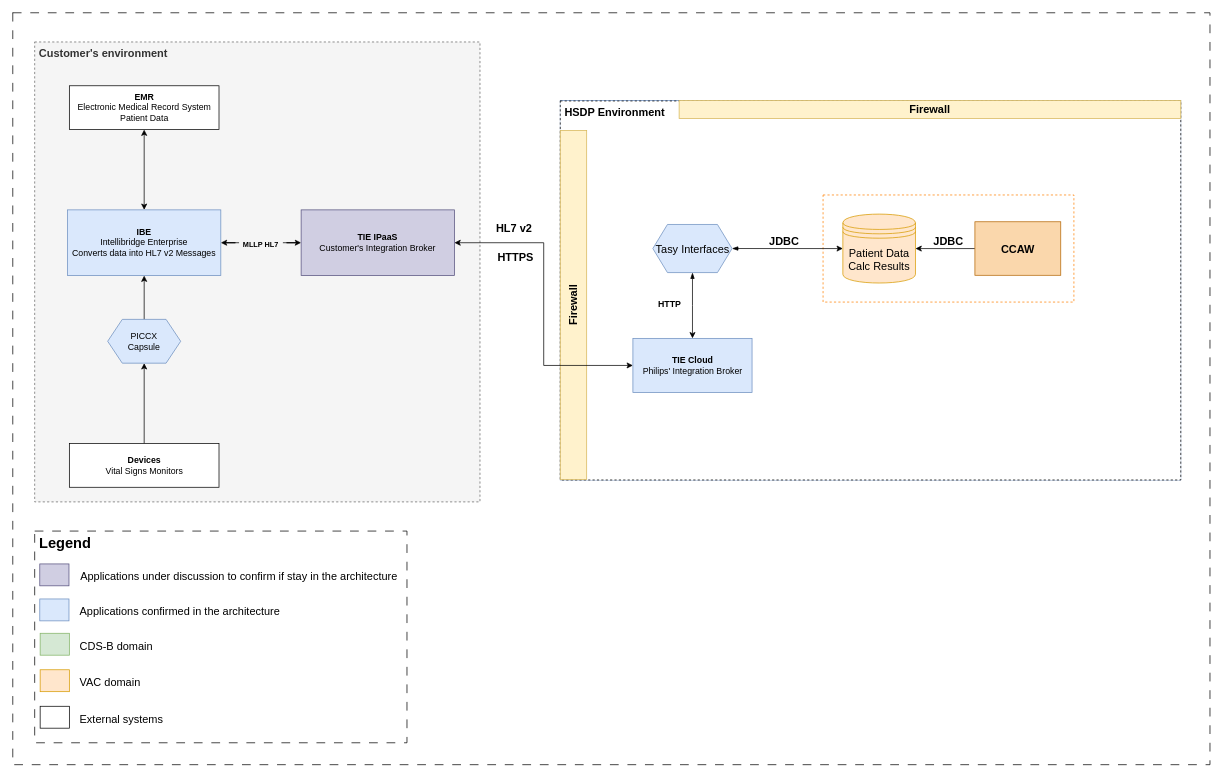
Earlier version of the draw.io diagram CCAW_Data_Flow.drawio (ez-philips/draw_io_diagrams). Source tidied: cells renumbered, new cells numbered last; positions are measured from the earlier drawing's top-left corner, leaving out a move shared by most shapes. Both pictures are drawn from the tidied source at 73%, with x=0, y=0 at pixel (12, 12).
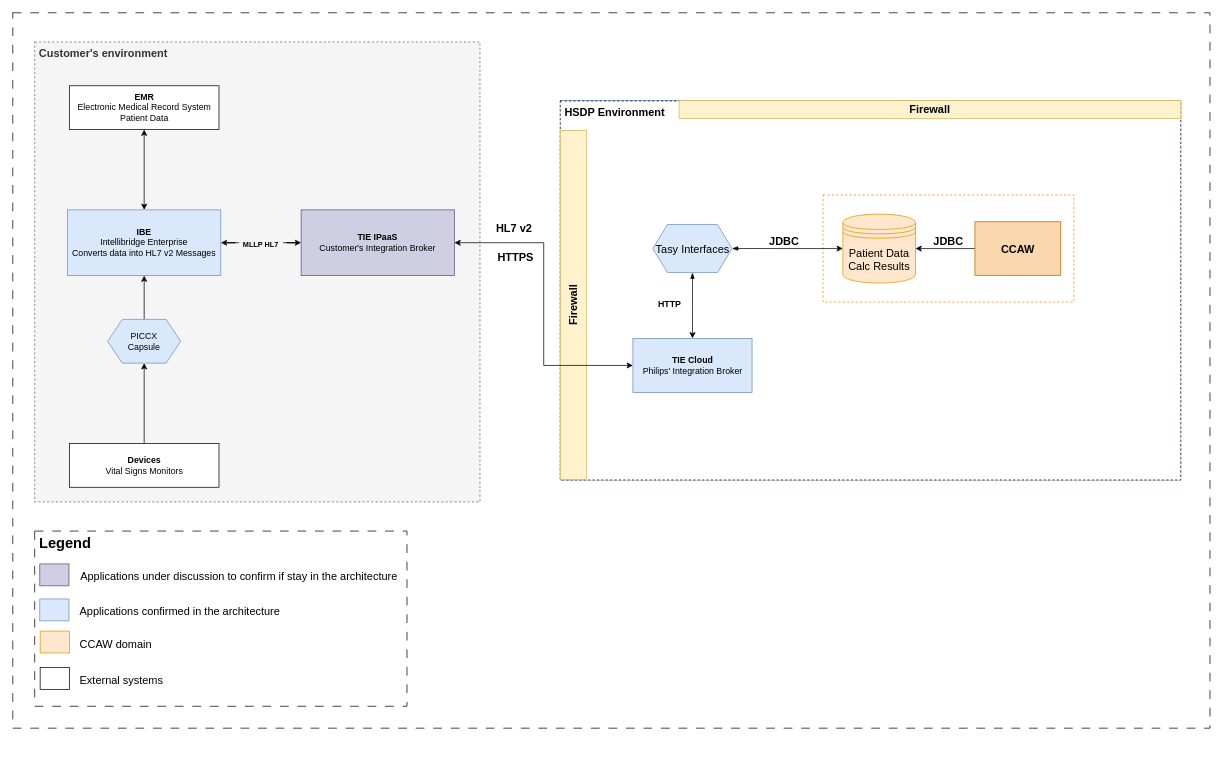
After the change.

What changed in the source:
```diff
@@
     <mxCell id="2" style="rounded=0;whiteSpace=wrap;html=1;dashed=1;dashPattern=12 12;fontSize=15;" parent="1" vertex="1">
-      <mxGeometry width="1640" height="1030" as="geometry" />
+      <mxGeometry width="1640" height="980" as="geometry" />
     </mxCell>
     <mxCell id="3" style="rounded=0;whiteSpace=wrap;html=1;fontSize=15;dashed=1;dashPattern=12 12;" parent="1" vertex="1">
-      <mxGeometry x="30" y="710" width="510" height="290" as="geometry" />
+      <mxGeometry x="30" y="710" width="510" height="240" as="geometry" />
     </mxCell>
@@
-    <mxCell id="39" style="rounded=0;whiteSpace=wrap;html=1;fillColor=#d5e8d4;strokeColor=#82b366;" parent="1" vertex="1">
-      <mxGeometry x="37.5" y="850" width="40" height="30" as="geometry" />
-    </mxCell>
-    <mxCell id="40" value="&lt;font style=&quot;font-size: 15px;&quot;&gt;CDS-B domain&lt;/font&gt;" style="text;html=1;strokeColor=none;fillColor=none;align=left;verticalAlign=middle;whiteSpace=wrap;rounded=0;fontSize=20;" parent="1" vertex="1">
-      <mxGeometry x="90" y="850" width="418" height="30" as="geometry" />
-    </mxCell>
     <mxCell id="41" style="rounded=0;whiteSpace=wrap;html=1;fillColor=#ffe6cc;strokeColor=#d79b00;" parent="1" vertex="1">
-      <mxGeometry x="37.5" y="900" width="40" height="30" as="geometry" />
+      <mxGeometry x="37.5" y="847" width="40" height="30" as="geometry" />
     </mxCell>
-    <mxCell id="42" value="&lt;font style=&quot;font-size: 15px;&quot;&gt;VAC domain&lt;/font&gt;" style="text;html=1;strokeColor=none;fillColor=none;align=left;verticalAlign=middle;whiteSpace=wrap;rounded=0;fontSize=20;" parent="1" vertex="1">
-      <mxGeometry x="90" y="900" width="418" height="30" as="geometry" />
+    <mxCell id="42" value="&lt;font style=&quot;font-size: 15px;&quot;&gt;CCAW domain&lt;/font&gt;" style="text;html=1;strokeColor=none;fillColor=none;align=left;verticalAlign=middle;whiteSpace=wrap;rounded=0;fontSize=20;" parent="1" vertex="1">
+      <mxGeometry x="90" y="847" width="418" height="30" as="geometry" />
     </mxCell>
     <mxCell id="43" style="rounded=0;whiteSpace=wrap;html=1;" parent="1" vertex="1">
-      <mxGeometry x="37.5" y="950" width="40" height="30" as="geometry" />
+      <mxGeometry x="37.5" y="897" width="40" height="30" as="geometry" />
     </mxCell>
     <mxCell id="44" value="&lt;font style=&quot;font-size: 15px;&quot;&gt;External systems&lt;/font&gt;" style="text;html=1;strokeColor=none;fillColor=none;align=left;verticalAlign=middle;whiteSpace=wrap;rounded=0;fontSize=20;" parent="1" vertex="1">
-      <mxGeometry x="90" y="950" width="418" height="30" as="geometry" />
+      <mxGeometry x="90" y="897" width="418" height="30" as="geometry" />
     </mxCell>
```
